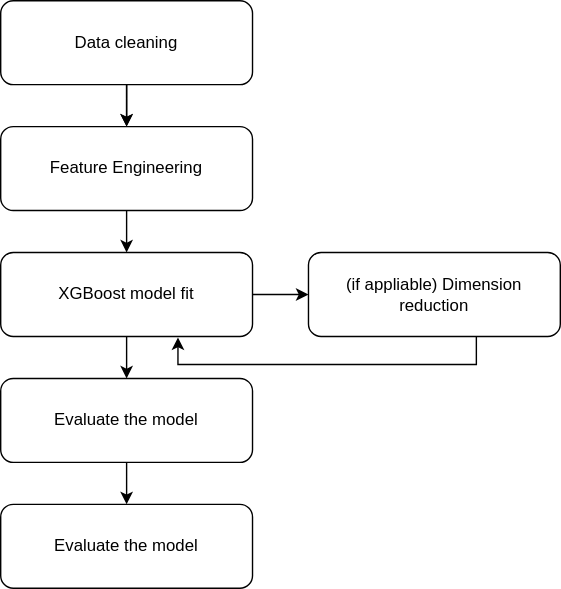
Above: img/xgboost_workflow.svg in matt-lvk/energy_market_toymodel (draw.io), before the change. Source tidied: cells renumbered, new cells last; positions are measured from the earlier drawing's top-left corner, leaving out a move shared by most shapes. Source of this version:
```xml
<mxGraphModel>
  <root>
    <mxCell id="0" />
    <mxCell id="1" parent="0" />
    <mxCell id="2" style="edgeStyle=orthogonalEdgeStyle;rounded=0;jettySize=auto;html=1;" parent="1" edge="1" source="4" target="6">
      <mxGeometry relative="1" as="geometry" />
    </mxCell>
    <mxCell id="3" style="edgeStyle=orthogonalEdgeStyle;rounded=0;jettySize=auto;html=1;" parent="1" edge="1" source="4" target="6">
      <mxGeometry relative="1" as="geometry" />
    </mxCell>
    <mxCell id="4" value="&lt;div&gt;Data cleaning&lt;/div&gt;" style="rounded=1;whiteSpace=wrap;html=1;fontSize=12;glass=0;strokeWidth=1;shadow=0;" parent="1" vertex="1">
      <mxGeometry width="180" height="60" as="geometry" />
    </mxCell>
    <mxCell id="5" style="edgeStyle=orthogonalEdgeStyle;rounded=0;jettySize=auto;html=1;" parent="1" edge="1" source="6" target="9">
      <mxGeometry relative="1" as="geometry" />
    </mxCell>
    <mxCell id="6" value="&lt;div&gt;Feature Engineering&lt;/div&gt;" style="rounded=1;whiteSpace=wrap;html=1;fontSize=12;glass=0;strokeWidth=1;shadow=0;" parent="1" vertex="1">
      <mxGeometry y="90" width="180" height="60" as="geometry" />
    </mxCell>
    <mxCell id="7" style="edgeStyle=orthogonalEdgeStyle;rounded=0;jettySize=auto;html=1;" parent="1" edge="1" source="9" target="11">
      <mxGeometry relative="1" as="geometry" />
    </mxCell>
    <mxCell id="8" style="edgeStyle=orthogonalEdgeStyle;rounded=0;jettySize=auto;html=1;" parent="1" edge="1" source="9" target="13">
      <mxGeometry relative="1" as="geometry" />
    </mxCell>
    <mxCell id="9" value="&lt;div&gt;XGBoost model fit&lt;/div&gt;" style="rounded=1;whiteSpace=wrap;html=1;fontSize=12;glass=0;strokeWidth=1;shadow=0;" parent="1" vertex="1">
      <mxGeometry y="180" width="180" height="60" as="geometry" />
    </mxCell>
    <mxCell id="10" style="edgeStyle=orthogonalEdgeStyle;rounded=0;jettySize=auto;html=1;" parent="1" edge="1" source="11" target="12">
      <mxGeometry relative="1" as="geometry" />
    </mxCell>
    <mxCell id="11" value="&lt;div&gt;Evaluate the model&lt;/div&gt;" style="rounded=1;whiteSpace=wrap;html=1;fontSize=12;glass=0;strokeWidth=1;shadow=0;" parent="1" vertex="1">
      <mxGeometry y="270" width="180" height="60" as="geometry" />
    </mxCell>
    <mxCell id="12" value="&lt;div&gt;Evaluate the model&lt;/div&gt;" style="rounded=1;whiteSpace=wrap;html=1;fontSize=12;glass=0;strokeWidth=1;shadow=0;" parent="1" vertex="1">
      <mxGeometry y="360" width="180" height="60" as="geometry" />
    </mxCell>
    <mxCell id="13" value="&lt;div&gt;(if appliable) Dimension reduction&lt;/div&gt;" style="rounded=1;whiteSpace=wrap;html=1;fontSize=12;glass=0;strokeWidth=1;shadow=0;" parent="1" vertex="1">
      <mxGeometry x="220" y="180" width="180" height="60" as="geometry" />
    </mxCell>
    <mxCell id="14" style="edgeStyle=orthogonalEdgeStyle;rounded=0;jettySize=auto;html=1;entryX=0.704;entryY=1.011;entryDx=0;entryDy=0;entryPerimeter=0;" parent="1" edge="1" source="13" target="9">
      <mxGeometry relative="1" as="geometry">
        <Array as="points">
          <mxPoint x="340" y="260" />
          <mxPoint x="127" y="260" />
        </Array>
      </mxGeometry>
    </mxCell>
  </root>
</mxGraphModel>
```
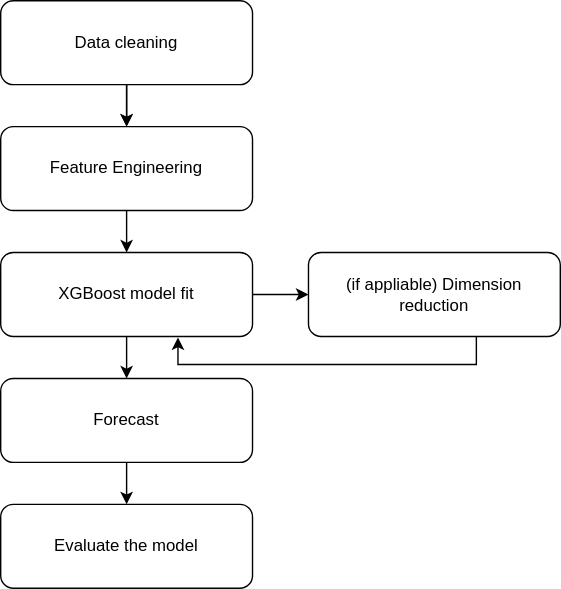
Later version of the same file.

What changed in the source:
```diff
@@ -29,7 +29,7 @@
     <mxCell id="10" style="edgeStyle=orthogonalEdgeStyle;rounded=0;jettySize=auto;html=1;" parent="1" edge="1" source="11" target="12">
       <mxGeometry relative="1" as="geometry" />
     </mxCell>
-    <mxCell id="11" value="&lt;div&gt;Evaluate the model&lt;/div&gt;" style="rounded=1;whiteSpace=wrap;html=1;fontSize=12;glass=0;strokeWidth=1;shadow=0;" parent="1" vertex="1">
+    <mxCell id="11" value="&lt;div&gt;Forecast&lt;/div&gt;" style="rounded=1;whiteSpace=wrap;html=1;fontSize=12;glass=0;strokeWidth=1;shadow=0;" parent="1" vertex="1">
       <mxGeometry y="270" width="180" height="60" as="geometry" />
     </mxCell>
     <mxCell id="12" value="&lt;div&gt;Evaluate the model&lt;/div&gt;" style="rounded=1;whiteSpace=wrap;html=1;fontSize=12;glass=0;strokeWidth=1;shadow=0;" parent="1" vertex="1">
```
